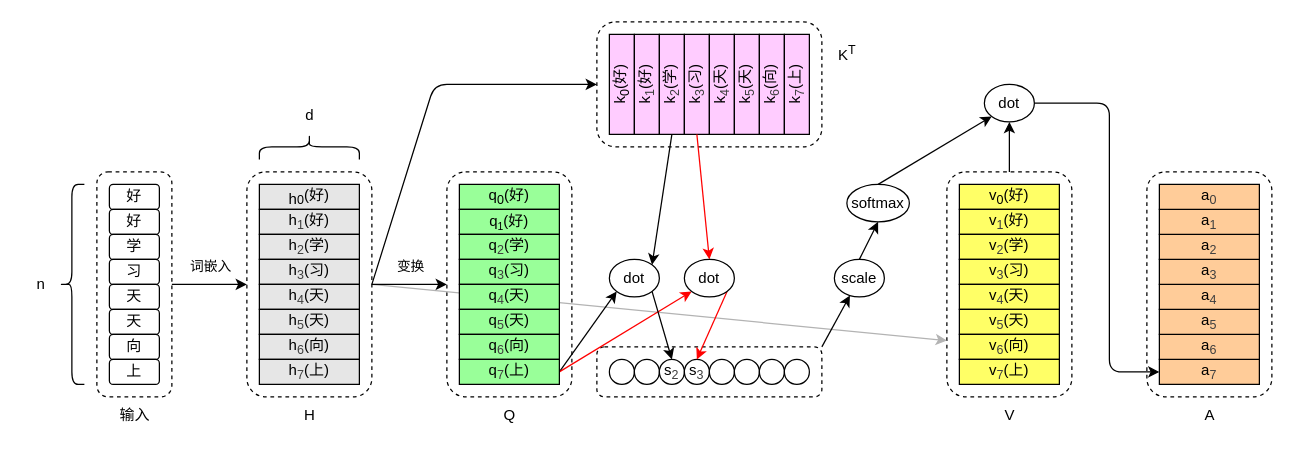
This is page "attn" (1 of 6) of draw/notes/pe.drawio from zxh0/ann-book, a draw.io file, before an edit. Source tidied: cells renumbered, new cells numbered last; positions are measured from the earlier drawing's top-left corner, leaving out a move shared by most shapes. Both pictures are drawn from the tidied source at 125%, with x=0, y=0 at pixel (21, 21).
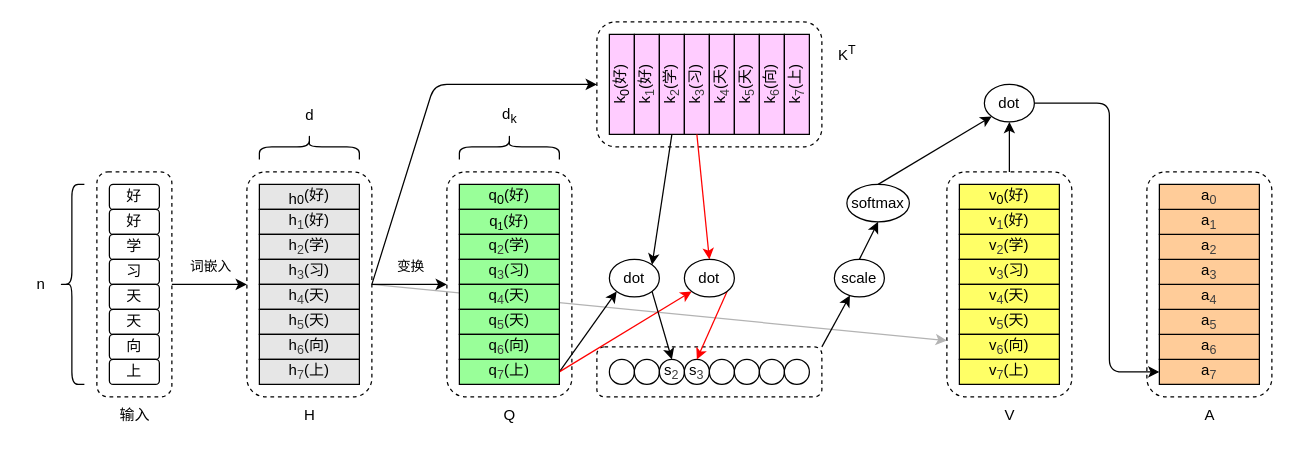
The same diagram, later.

Change to the diagram source:
```diff
@@
+    <mxCell id="97" style="shape=curlyBracket;whiteSpace=wrap;html=1;rounded=1;flipH=1;labelPosition=right;verticalLabelPosition=middle;align=left;verticalAlign=middle;rotation=-90;" parent="1" vertex="1">
+      <mxGeometry x="380" y="60" width="20" height="80" as="geometry" />
+    </mxCell>
+    <mxCell id="98" value="d&lt;sub&gt;k&lt;/sub&gt;" style="text;html=1;align=center;verticalAlign=middle;strokeColor=none;fillColor=none;" parent="1" vertex="1">
+      <mxGeometry x="370" y="60" width="40" height="30" as="geometry" />
+    </mxCell>
```
